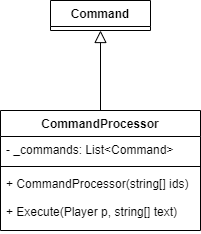
Above: Week_10/10.1/UML.png in minhan6559/COS20007-OOP (draw.io), before the change. Source tidied: cells renumbered, new cells last; positions are measured from the earlier drawing's top-left corner, leaving out a move shared by most shapes.
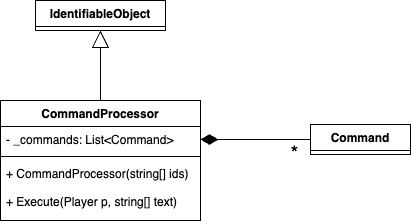
After the commit.

What changed in the source:
```diff
@@ -2,9 +2,9 @@
   <root>
     <mxCell id="0" />
     <mxCell id="1" parent="0" />
-    <mxCell id="2" style="edgeStyle=none;html=1;endArrow=block;endFill=0;endSize=10;" parent="1" edge="1" source="3" target="7">
-      <mxGeometry relative="1" as="geometry" />
-    </mxCell>
+    <mxCell id="8" style="edgeStyle=none;html=1;fontSize=20;endArrow=block;endFill=0;endSize=15;" parent="1" edge="1" source="3" target="11">
+      <mxGeometry relative="1" as="geometry" />
+    </mxCell>
     <mxCell id="3" value="CommandProcessor" style="swimlane;fontStyle=1;align=center;verticalAlign=top;horizontal=1;startSize=26;" parent="1" vertex="1">
       <mxGeometry y="110" width="200" height="120" as="geometry" />
     </mxCell>
@@ -17,8 +17,19 @@
     <mxCell id="6" value="+ CommandProcessor(string[] ids)&#10;&#10;+ Execute(Player p, string[] text)" style="text;strokeColor=none;fillColor=none;align=left;verticalAlign=top;spacingLeft=4;spacingRight=4;overflow=hidden;" parent="3" vertex="1">
       <mxGeometry y="60" width="200" height="60" as="geometry" />
     </mxCell>
+    <mxCell id="9" style="edgeStyle=none;html=1;entryX=1;entryY=0.5;entryDx=0;entryDy=0;endArrow=diamondThin;endFill=1;endSize=15;" parent="1" edge="1" source="7" target="4">
+      <mxGeometry relative="1" as="geometry" />
+    </mxCell>
+    <mxCell id="10" value="&lt;font style=&quot;font-size: 20px;&quot;&gt;*&lt;/font&gt;" style="edgeLabel;html=1;align=center;verticalAlign=middle;" parent="9" vertex="1">
+      <mxGeometry x="-0.69" relative="1" as="geometry">
+        <mxPoint y="13" as="offset" />
+      </mxGeometry>
+    </mxCell>
     <mxCell id="7" value="Command" style="swimlane;fontStyle=1;align=center;verticalAlign=top;horizontal=1;startSize=26;" parent="1" vertex="1" collapsed="1">
-      <mxGeometry x="50" width="100" height="30" as="geometry" />
+      <mxGeometry x="310" y="134" width="100" height="30" as="geometry" />
     </mxCell>
+    <mxCell id="11" value="IdentifiableObject" style="swimlane;fontStyle=1;align=center;verticalAlign=top;horizontal=1;startSize=26;" parent="1" vertex="1" collapsed="1">
+      <mxGeometry x="35" y="10" width="130" height="30" as="geometry" />
+    </mxCell>
   </root>
 </mxGraphModel>
```
